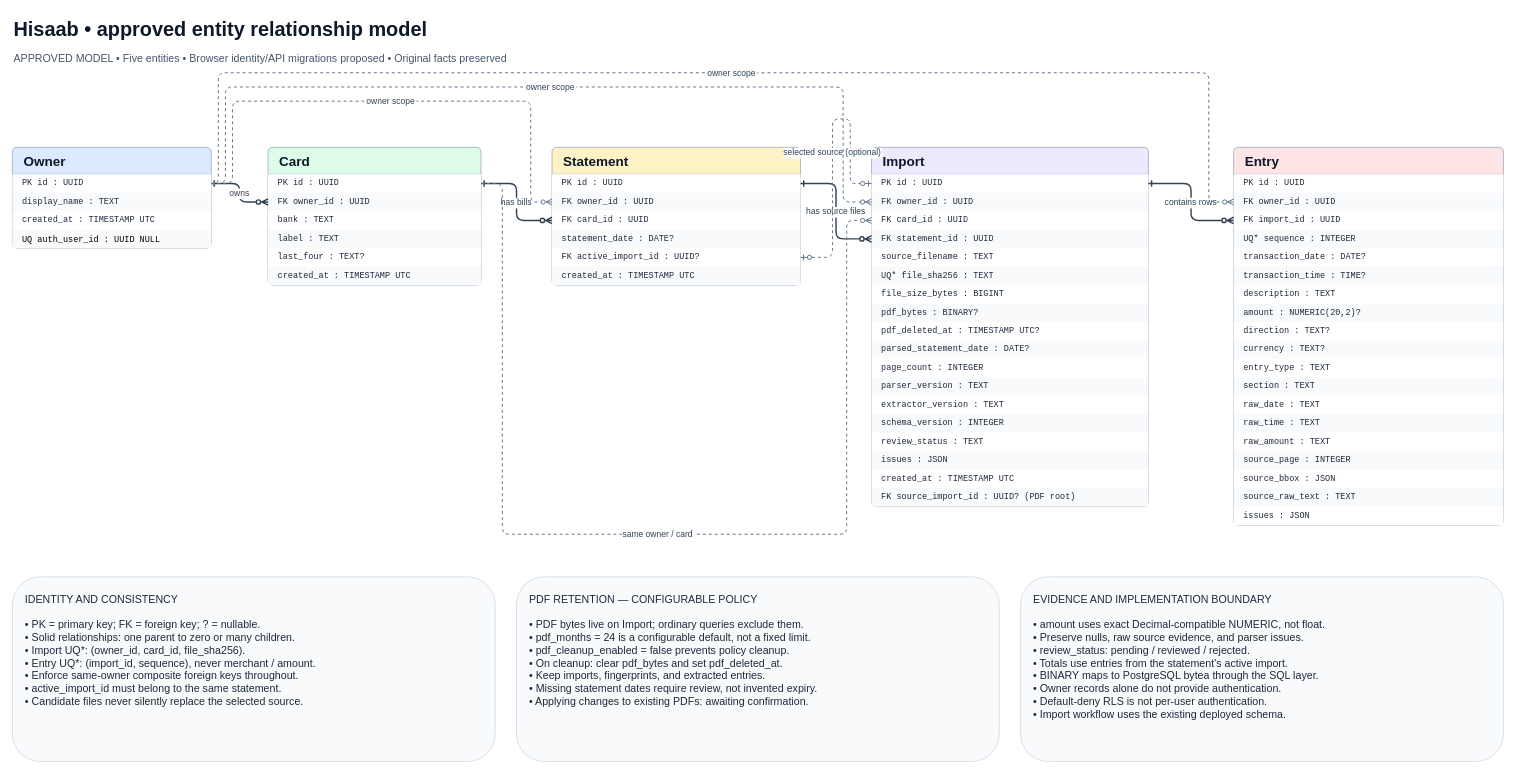
Earlier version of the draw.io diagram docs/schema/hisaab-er.drawio (furquan1993/hisaab). Source tidied: cells renumbered, new cells numbered last; positions are measured from the earlier drawing's top-left corner, leaving out a move shared by most shapes. Both pictures are drawn from the tidied source at 71%, with x=0, y=0 at pixel (12, 12).
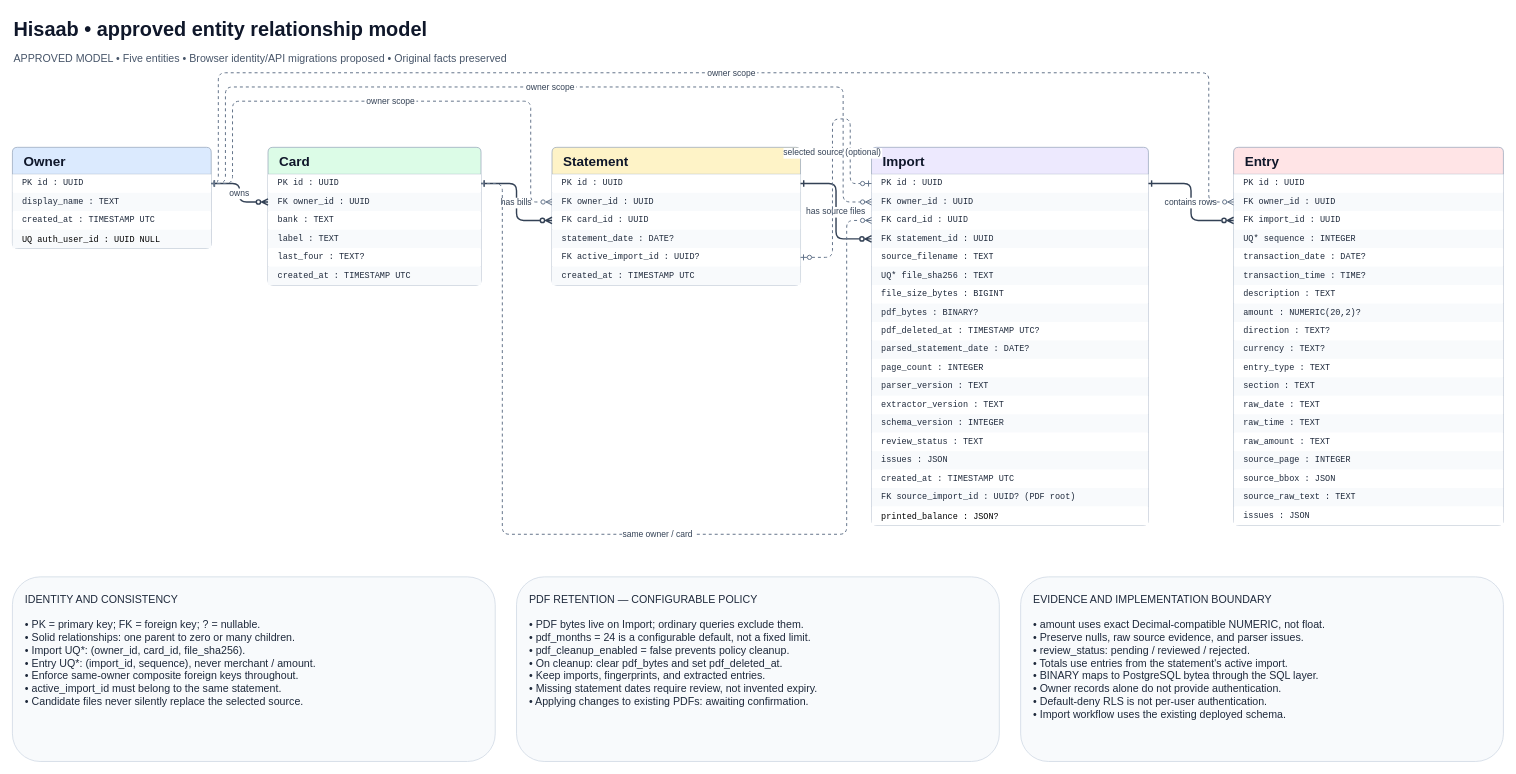
The same page after the edit.

Change to the diagram source:
```diff
@@
     <mxCell id="23" value="Import" style="swimlane;html=0;startSize=38;horizontal=1;rounded=1;arcSize=6;fillColor=#ede9fe;swimlaneFillColor=#ffffff;strokeColor=#94a3b8;fontSize=19;fontStyle=1;fontColor=#0f172a;align=left;spacingLeft=14;" parent="1" vertex="1">
-      <mxGeometry x="1210" y="190" width="390" height="506" as="geometry" />
+      <mxGeometry x="1210" y="190" width="390" height="532" as="geometry" />
     </mxCell>
@@
+    <mxCell id="74" value="    printed_balance : JSON?" style="text;html=0;align=left;verticalAlign=middle;spacingLeft=12;fontFamily=Courier New;fontSize=12;fillColor=#ffffff;strokeColor=none;" parent="23" vertex="1">
+      <mxGeometry y="506" width="390" height="26" as="geometry" />
+    </mxCell>
```
